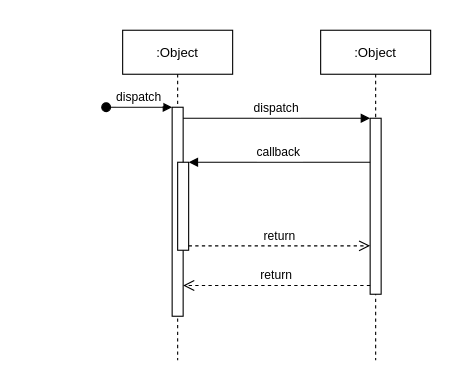
adamspd/work keeps this draw.io diagram as iselll.drawio. Above is the earlier version. Source tidied: cells renumbered, new cells numbered last; positions are measured from the earlier drawing's top-left corner, leaving out a move shared by most shapes. Both pictures are drawn from the tidied source at 110%, with x=0, y=0 at pixel (106, 30).
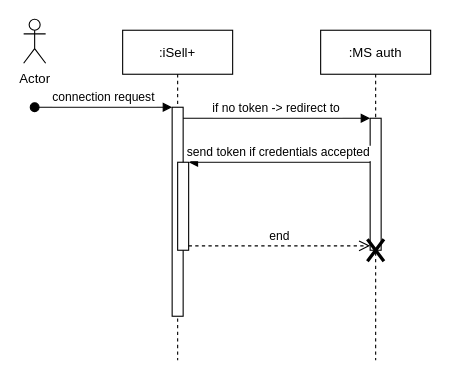
Above is the later version.

The edit, as a diff of the source:
```diff
@@
 <mxGraphModel>
   <root>
     <mxCell id="0" />
     <mxCell id="1" parent="0" />
-    <mxCell id="2" value=":Object" style="shape=umlLifeline;perimeter=lifelinePerimeter;rounded=0;shadow=0;strokeWidth=1;" parent="1" vertex="1">
+    <mxCell id="2" value=":iSell+" style="shape=umlLifeline;perimeter=lifelinePerimeter;rounded=0;shadow=0;strokeWidth=1;" parent="1" vertex="1">
       <mxGeometry x="15" width="100" height="300" as="geometry" />
     </mxCell>
     <mxCell id="3" style="points=[];perimeter=orthogonalPerimeter;rounded=0;shadow=0;strokeWidth=1;" parent="2" vertex="1">
       <mxGeometry x="45" y="70" width="10" height="190" as="geometry" />
     </mxCell>
-    <mxCell id="4" value="dispatch" style="verticalAlign=bottom;startArrow=oval;endArrow=block;startSize=8;shadow=0;strokeWidth=1;" parent="2" edge="1" target="3">
+    <mxCell id="4" value="connection request" style="verticalAlign=bottom;startArrow=oval;endArrow=block;startSize=8;shadow=0;strokeWidth=1;" parent="2" edge="1" target="3">
       <mxGeometry relative="1" as="geometry">
-        <mxPoint x="-15" y="70" as="sourcePoint" />
+        <mxPoint x="-80" y="70" as="sourcePoint" />
       </mxGeometry>
     </mxCell>
     <mxCell id="5" style="points=[];perimeter=orthogonalPerimeter;rounded=0;shadow=0;strokeWidth=1;" parent="2" vertex="1">
       <mxGeometry x="50" y="120" width="10" height="80" as="geometry" />
     </mxCell>
-    <mxCell id="6" value=":Object" style="shape=umlLifeline;perimeter=lifelinePerimeter;rounded=0;shadow=0;strokeWidth=1;" parent="1" vertex="1">
+    <mxCell id="6" value=":MS auth" style="shape=umlLifeline;perimeter=lifelinePerimeter;rounded=0;shadow=0;strokeWidth=1;" parent="1" vertex="1">
       <mxGeometry x="195" width="100" height="300" as="geometry" />
     </mxCell>
     <mxCell id="7" style="points=[];perimeter=orthogonalPerimeter;rounded=0;shadow=0;strokeWidth=1;" parent="6" vertex="1">
-      <mxGeometry x="45" y="80" width="10" height="160" as="geometry" />
+      <mxGeometry x="45" y="80" width="10" height="120" as="geometry" />
     </mxCell>
-    <mxCell id="8" value="return" style="verticalAlign=bottom;endArrow=open;dashed=1;endSize=8;exitX=0;exitY=0.95;shadow=0;strokeWidth=1;" parent="1" edge="1" source="7" target="3">
-      <mxGeometry relative="1" as="geometry" />
-    </mxCell>
+    <mxCell id="12" style="shape=umlDestroy;whiteSpace=wrap;html=1;strokeWidth=3;" parent="6" vertex="1">
+      <mxGeometry x="42.5" y="190" width="15" height="20" as="geometry" />
+    </mxCell>
-    <mxCell id="9" value="dispatch" style="verticalAlign=bottom;endArrow=block;entryX=0;entryY=0;shadow=0;strokeWidth=1;" parent="1" edge="1" source="3" target="7">
+    <mxCell id="9" value="if no token -&gt; redirect to" style="verticalAlign=bottom;endArrow=block;entryX=0;entryY=0;shadow=0;strokeWidth=1;" parent="1" edge="1" source="3" target="7">
       <mxGeometry relative="1" as="geometry" />
     </mxCell>
-    <mxCell id="10" value="callback" style="verticalAlign=bottom;endArrow=block;entryX=1;entryY=0;shadow=0;strokeWidth=1;" parent="1" edge="1" source="7" target="5">
+    <mxCell id="10" value="send token if credentials accepted" style="verticalAlign=bottom;endArrow=block;entryX=1;entryY=0;shadow=0;strokeWidth=1;" parent="1" edge="1" source="7" target="5">
       <mxGeometry relative="1" as="geometry" />
     </mxCell>
-    <mxCell id="11" value="return" style="verticalAlign=bottom;endArrow=open;dashed=1;endSize=8;exitX=1;exitY=0.95;shadow=0;strokeWidth=1;" parent="1" edge="1" source="5" target="7">
+    <mxCell id="11" value="end" style="verticalAlign=bottom;endArrow=open;dashed=1;endSize=8;exitX=1;exitY=0.95;shadow=0;strokeWidth=1;" parent="1" edge="1" source="5" target="7">
       <mxGeometry relative="1" as="geometry" />
     </mxCell>
+    <mxCell id="13" value="Actor" style="shape=umlActor;verticalLabelPosition=bottom;verticalAlign=top;html=1;" parent="1" vertex="1">
+      <mxGeometry x="-75" y="-10" width="20" height="40" as="geometry" />
+    </mxCell>
   </root>
 </mxGraphModel>
```
